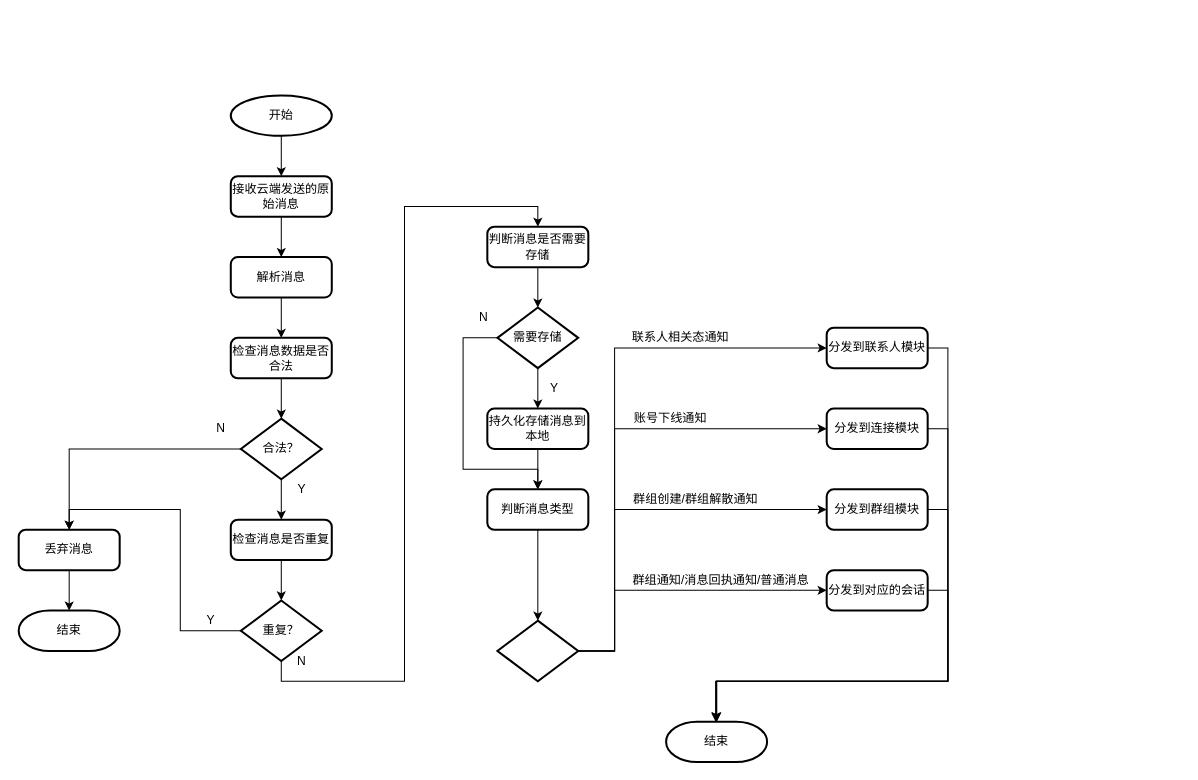
liuao2010/360MobileSafe keeps this draw.io diagram as page "flow-receive-message" (7 of 11) of 获取会话列表.drawio. Above is the earlier version. Source tidied: cells renumbered, new cells numbered last; positions are measured from the earlier drawing's top-left corner, leaving out a move shared by most shapes. Both pictures are drawn from the tidied source at 101%, with x=0, y=0 at pixel (18, 95).
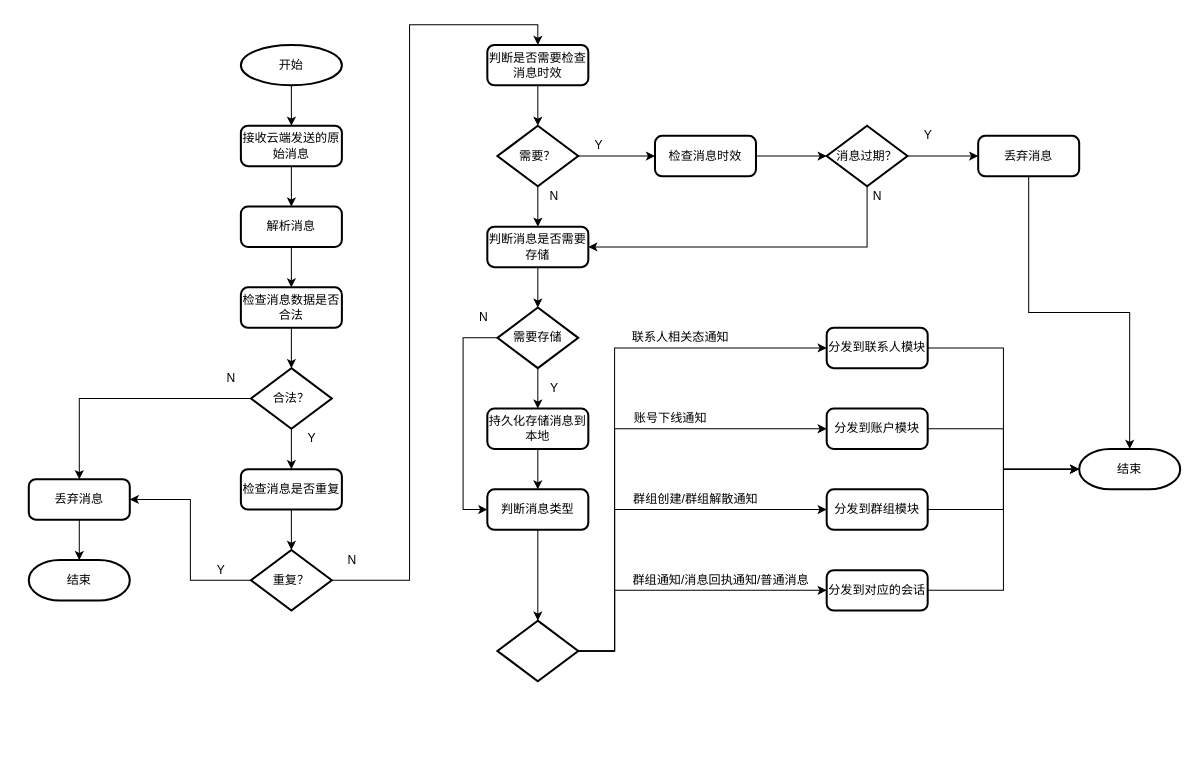
After the change.

The change refers to these unchanged cells:
```xml
<mxCell id="22" value="判断消息类型" style="rounded=1;whiteSpace=wrap;html=1;absoluteArcSize=1;arcSize=14;strokeWidth=2;" parent="1" vertex="1">
  <mxGeometry x="464" y="390" width="100" height="40" as="geometry" />
</mxCell>
<mxCell id="29" value="分发到联系人模块" style="rounded=1;whiteSpace=wrap;html=1;absoluteArcSize=1;arcSize=14;strokeWidth=2;" parent="1" vertex="1">
  <mxGeometry x="800" y="230" width="100" height="40" as="geometry" />
</mxCell>
<mxCell id="33" value="分发到群组模块" style="rounded=1;whiteSpace=wrap;html=1;absoluteArcSize=1;arcSize=14;strokeWidth=2;" parent="1" vertex="1">
  <mxGeometry x="800" y="390" width="100" height="40" as="geometry" />
</mxCell>
<mxCell id="35" value="分发到对应的会话" style="rounded=1;whiteSpace=wrap;html=1;absoluteArcSize=1;arcSize=14;strokeWidth=2;" parent="1" vertex="1">
  <mxGeometry x="800" y="470" width="100" height="40" as="geometry" />
</mxCell>
<mxCell id="43" value="判断消息是否需要存储" style="rounded=1;whiteSpace=wrap;html=1;absoluteArcSize=1;arcSize=14;strokeWidth=2;" parent="1" vertex="1">
  <mxGeometry x="464" y="130" width="100" height="40" as="geometry" />
</mxCell>
<mxCell id="46" value="需要存储" style="strokeWidth=2;html=1;shape=mxgraph.flowchart.decision;whiteSpace=wrap;rounded=1;" parent="1" vertex="1">
  <mxGeometry x="474" y="210" width="80" height="60" as="geometry" />
</mxCell>
```

The edit, as a diff of the source:
```diff
@@
     <mxCell id="3" value="开始" style="strokeWidth=2;html=1;shape=mxgraph.flowchart.start_1;whiteSpace=wrap;rounded=1;" parent="1" vertex="1">
-      <mxGeometry x="210" width="100" height="40" as="geometry" />
+      <mxGeometry x="220" y="-50" width="100" height="40" as="geometry" />
     </mxCell>
@@
     <mxCell id="5" value="接收云端发送的原始消息" style="rounded=1;whiteSpace=wrap;html=1;absoluteArcSize=1;arcSize=14;strokeWidth=2;" parent="1" vertex="1">
-      <mxGeometry x="210" y="80" width="100" height="40" as="geometry" />
+      <mxGeometry x="220" y="30" width="100" height="40" as="geometry" />
     </mxCell>
@@
     <mxCell id="7" value="解析消息" style="rounded=1;whiteSpace=wrap;html=1;absoluteArcSize=1;arcSize=14;strokeWidth=2;" parent="1" vertex="1">
-      <mxGeometry x="210" y="160" width="100" height="40" as="geometry" />
+      <mxGeometry x="220" y="110" width="100" height="40" as="geometry" />
     </mxCell>
@@
     <mxCell id="10" value="合法？" style="strokeWidth=2;html=1;shape=mxgraph.flowchart.decision;whiteSpace=wrap;rounded=1;" parent="1" vertex="1">
-      <mxGeometry x="220" y="320" width="80" height="60" as="geometry" />
+      <mxGeometry x="230" y="270" width="80" height="60" as="geometry" />
     </mxCell>
@@
     <mxCell id="12" value="检查消息是否重复" style="rounded=1;whiteSpace=wrap;html=1;absoluteArcSize=1;arcSize=14;strokeWidth=2;" parent="1" vertex="1">
-      <mxGeometry x="210" y="420" width="100" height="40" as="geometry" />
+      <mxGeometry x="220" y="370" width="100" height="40" as="geometry" />
     </mxCell>
@@
-    <mxCell id="14" style="edgeStyle=orthogonalEdgeStyle;rounded=0;jettySize=auto;html=1;exitX=0.5;exitY=1;exitDx=0;exitDy=0;exitPerimeter=0;entryX=0.5;entryY=0;entryDx=0;entryDy=0;" parent="1" edge="1" source="16" target="43">
-      <mxGeometry relative="1" as="geometry" />
-    </mxCell>
-    <mxCell id="15" style="edgeStyle=orthogonalEdgeStyle;rounded=0;jettySize=auto;html=1;exitX=0;exitY=0.5;exitDx=0;exitDy=0;exitPerimeter=0;entryX=0.5;entryY=0;entryDx=0;entryDy=0;" parent="1" edge="1" source="16" target="18">
+    <mxCell id="15" style="edgeStyle=orthogonalEdgeStyle;rounded=0;jettySize=auto;html=1;exitX=0;exitY=0.5;exitDx=0;exitDy=0;exitPerimeter=0;entryX=1;entryY=0.5;entryDx=0;entryDy=0;" parent="1" edge="1" source="16" target="18">
       <mxGeometry relative="1" as="geometry" />
     </mxCell>
+    <mxCell id="56" style="edgeStyle=orthogonalEdgeStyle;rounded=0;jettySize=auto;html=1;exitX=1;exitY=0.5;exitDx=0;exitDy=0;exitPerimeter=0;entryX=0.5;entryY=0;entryDx=0;entryDy=0;" parent="1" edge="1" source="16" target="59">
+      <mxGeometry relative="1" as="geometry" />
+    </mxCell>
     <mxCell id="16" value="重复？" style="strokeWidth=2;html=1;shape=mxgraph.flowchart.decision;whiteSpace=wrap;rounded=1;" parent="1" vertex="1">
-      <mxGeometry x="220" y="500" width="80" height="60" as="geometry" />
+      <mxGeometry x="230" y="450" width="80" height="60" as="geometry" />
     </mxCell>
@@
     <mxCell id="18" value="丢弃消息" style="rounded=1;whiteSpace=wrap;html=1;absoluteArcSize=1;arcSize=14;strokeWidth=2;" parent="1" vertex="1">
-      <mxGeometry y="430" width="100" height="40" as="geometry" />
+      <mxGeometry x="10" y="380" width="100" height="40" as="geometry" />
     </mxCell>
     <mxCell id="19" value="结束" style="strokeWidth=2;html=1;shape=mxgraph.flowchart.terminator;whiteSpace=wrap;rounded=1;" parent="1" vertex="1">
-      <mxGeometry y="510" width="100" height="40" as="geometry" />
+      <mxGeometry x="10" y="460" width="100" height="40" as="geometry" />
     </mxCell>
@@
-    <mxCell id="28" style="edgeStyle=orthogonalEdgeStyle;rounded=0;jettySize=auto;html=1;exitX=1;exitY=0.5;exitDx=0;exitDy=0;" parent="1" edge="1" source="29" target="49">
-      <mxGeometry relative="1" as="geometry">
-        <Array as="points">
-          <mxPoint x="920" y="250" />
-          <mxPoint x="920" y="580" />
-          <mxPoint x="691" y="580" />
-        </Array>
-      </mxGeometry>
+    <mxCell id="28" style="edgeStyle=orthogonalEdgeStyle;rounded=0;jettySize=auto;html=1;exitX=1;exitY=0.5;exitDx=0;exitDy=0;entryX=0;entryY=0.5;entryDx=0;entryDy=0;entryPerimeter=0;" parent="1" edge="1" source="29" target="49">
+      <mxGeometry relative="1" as="geometry" />
     </mxCell>
@@
-    <mxCell id="30" style="edgeStyle=orthogonalEdgeStyle;rounded=0;jettySize=auto;html=1;exitX=1;exitY=0.5;exitDx=0;exitDy=0;" parent="1" edge="1" source="31">
-      <mxGeometry relative="1" as="geometry">
-        <mxPoint x="690" y="620" as="targetPoint" />
-        <Array as="points">
-          <mxPoint x="920" y="330" />
-          <mxPoint x="920" y="580" />
-          <mxPoint x="690" y="580" />
-        </Array>
-      </mxGeometry>
-    </mxCell>
+    <mxCell id="57" style="edgeStyle=orthogonalEdgeStyle;rounded=0;jettySize=auto;html=1;exitX=1;exitY=0.5;exitDx=0;exitDy=0;entryX=0;entryY=0.5;entryDx=0;entryDy=0;entryPerimeter=0;" parent="1" edge="1" source="31" target="49">
+      <mxGeometry relative="1" as="geometry" />
+    </mxCell>
-    <mxCell id="31" value="分发到连接模块" style="rounded=1;whiteSpace=wrap;html=1;absoluteArcSize=1;arcSize=14;strokeWidth=2;" parent="1" vertex="1">
+    <mxCell id="31" value="分发到账户模块" style="rounded=1;whiteSpace=wrap;html=1;absoluteArcSize=1;arcSize=14;strokeWidth=2;" parent="1" vertex="1">
       <mxGeometry x="800" y="310" width="100" height="40" as="geometry" />
     </mxCell>
-    <mxCell id="32" style="edgeStyle=orthogonalEdgeStyle;rounded=0;jettySize=auto;html=1;exitX=1;exitY=0.5;exitDx=0;exitDy=0;entryX=0.5;entryY=0;entryDx=0;entryDy=0;entryPerimeter=0;" parent="1" edge="1" source="33" target="49">
-      <mxGeometry relative="1" as="geometry">
-        <Array as="points">
-          <mxPoint x="920" y="410" />
-          <mxPoint x="920" y="580" />
-          <mxPoint x="691" y="580" />
-        </Array>
-      </mxGeometry>
+    <mxCell id="32" style="edgeStyle=orthogonalEdgeStyle;rounded=0;jettySize=auto;html=1;exitX=1;exitY=0.5;exitDx=0;exitDy=0;entryX=0;entryY=0.5;entryDx=0;entryDy=0;entryPerimeter=0;" parent="1" edge="1" source="33" target="49">
+      <mxGeometry relative="1" as="geometry" />
     </mxCell>
@@
-    <mxCell id="34" style="edgeStyle=orthogonalEdgeStyle;rounded=0;jettySize=auto;html=1;exitX=1;exitY=0.5;exitDx=0;exitDy=0;entryX=0.5;entryY=0;entryDx=0;entryDy=0;entryPerimeter=0;" parent="1" edge="1" source="35" target="49">
-      <mxGeometry relative="1" as="geometry">
-        <Array as="points">
-          <mxPoint x="920" y="490" />
-          <mxPoint x="920" y="580" />
-          <mxPoint x="691" y="580" />
-        </Array>
-      </mxGeometry>
+    <mxCell id="34" style="edgeStyle=orthogonalEdgeStyle;rounded=0;jettySize=auto;html=1;exitX=1;exitY=0.5;exitDx=0;exitDy=0;entryX=0;entryY=0.5;entryDx=0;entryDy=0;entryPerimeter=0;" parent="1" edge="1" source="35" target="49">
+      <mxGeometry relative="1" as="geometry" />
     </mxCell>
@@
     <mxCell id="41" value="检查消息数据是否合法" style="rounded=1;whiteSpace=wrap;html=1;absoluteArcSize=1;arcSize=14;strokeWidth=2;" parent="1" vertex="1">
-      <mxGeometry x="210" y="240" width="100" height="40" as="geometry" />
+      <mxGeometry x="220" y="190" width="100" height="40" as="geometry" />
     </mxCell>
@@
-    <mxCell id="45" style="edgeStyle=orthogonalEdgeStyle;rounded=0;jettySize=auto;html=1;exitX=0;exitY=0.5;exitDx=0;exitDy=0;exitPerimeter=0;entryX=0.5;entryY=0;entryDx=0;entryDy=0;" parent="1" edge="1" source="46" target="22">
+    <mxCell id="45" style="edgeStyle=orthogonalEdgeStyle;rounded=0;jettySize=auto;html=1;exitX=0;exitY=0.5;exitDx=0;exitDy=0;exitPerimeter=0;entryX=0;entryY=0.5;entryDx=0;entryDy=0;" parent="1" edge="1" source="46" target="22">
       <mxGeometry relative="1" as="geometry">
         <Array as="points">
           <mxPoint x="440" y="240" />
-          <mxPoint x="440" y="370" />
-          <mxPoint x="514" y="370" />
+          <mxPoint x="440" y="410" />
         </Array>
       </mxGeometry>
     </mxCell>
@@
     <mxCell id="49" value="结束" style="strokeWidth=2;html=1;shape=mxgraph.flowchart.terminator;whiteSpace=wrap;rounded=1;" parent="1" vertex="1">
-      <mxGeometry x="641" y="620" width="100" height="40" as="geometry" />
+      <mxGeometry x="1050" y="350" width="100" height="40" as="geometry" />
     </mxCell>
@@
     <mxCell id="52" value="Y" style="text;html=1;align=center;verticalAlign=middle;" parent="1" vertex="1">
-      <mxGeometry x="270" y="380" width="20" height="20" as="geometry" />
+      <mxGeometry x="280" y="330" width="20" height="20" as="geometry" />
     </mxCell>
     <mxCell id="53" value="N" style="text;html=1;align=center;verticalAlign=middle;" parent="1" vertex="1">
-      <mxGeometry x="190" y="320" width="20" height="20" as="geometry" />
+      <mxGeometry x="200" y="270" width="20" height="20" as="geometry" />
     </mxCell>
     <mxCell id="54" value="Y" style="text;html=1;align=center;verticalAlign=middle;" parent="1" vertex="1">
-      <mxGeometry x="180" y="510" width="20" height="20" as="geometry" />
+      <mxGeometry x="190" y="460" width="20" height="20" as="geometry" />
     </mxCell>
     <mxCell id="55" value="N" style="text;html=1;align=center;verticalAlign=middle;" parent="1" vertex="1">
-      <mxGeometry x="270" y="550" width="20" height="20" as="geometry" />
+      <mxGeometry x="320" y="450" width="20" height="20" as="geometry" />
     </mxCell>
+    <mxCell id="58" style="edgeStyle=orthogonalEdgeStyle;rounded=0;jettySize=auto;html=1;exitX=0.5;exitY=1;exitDx=0;exitDy=0;entryX=0.5;entryY=0;entryDx=0;entryDy=0;entryPerimeter=0;" parent="1" edge="1" source="59" target="62">
+      <mxGeometry relative="1" as="geometry" />
+    </mxCell>
+    <mxCell id="59" value="判断是否需要检查消息时效" style="rounded=1;whiteSpace=wrap;html=1;absoluteArcSize=1;arcSize=14;strokeWidth=2;" parent="1" vertex="1">
+      <mxGeometry x="464" y="-50" width="100" height="40" as="geometry" />
+    </mxCell>
+    <mxCell id="60" style="edgeStyle=orthogonalEdgeStyle;rounded=0;jettySize=auto;html=1;exitX=0.5;exitY=1;exitDx=0;exitDy=0;exitPerimeter=0;entryX=0.5;entryY=0;entryDx=0;entryDy=0;" parent="1" edge="1" source="62" target="43">
+      <mxGeometry relative="1" as="geometry" />
+    </mxCell>
+    <mxCell id="61" style="edgeStyle=orthogonalEdgeStyle;rounded=0;jettySize=auto;html=1;exitX=1;exitY=0.5;exitDx=0;exitDy=0;exitPerimeter=0;entryX=0;entryY=0.5;entryDx=0;entryDy=0;" parent="1" edge="1" source="62" target="64">
+      <mxGeometry relative="1" as="geometry" />
+    </mxCell>
+    <mxCell id="62" value="需要？" style="strokeWidth=2;html=1;shape=mxgraph.flowchart.decision;whiteSpace=wrap;" parent="1" vertex="1">
+      <mxGeometry x="474" y="30" width="80" height="60" as="geometry" />
+    </mxCell>
+    <mxCell id="63" style="edgeStyle=orthogonalEdgeStyle;rounded=0;jettySize=auto;html=1;exitX=1;exitY=0.5;exitDx=0;exitDy=0;" parent="1" edge="1" source="64">
+      <mxGeometry relative="1" as="geometry">
+        <mxPoint x="800" y="60" as="targetPoint" />
+      </mxGeometry>
+    </mxCell>
+    <mxCell id="64" value="检查消息时效" style="rounded=1;whiteSpace=wrap;html=1;absoluteArcSize=1;arcSize=14;strokeWidth=2;" parent="1" vertex="1">
+      <mxGeometry x="630" y="40" width="100" height="40" as="geometry" />
+    </mxCell>
+    <mxCell id="65" style="edgeStyle=orthogonalEdgeStyle;rounded=0;jettySize=auto;html=1;exitX=1;exitY=0.5;exitDx=0;exitDy=0;exitPerimeter=0;entryX=0;entryY=0.5;entryDx=0;entryDy=0;" parent="1" edge="1" source="67" target="69">
+      <mxGeometry relative="1" as="geometry" />
+    </mxCell>
+    <mxCell id="66" style="edgeStyle=orthogonalEdgeStyle;rounded=0;jettySize=auto;html=1;exitX=0.5;exitY=1;exitDx=0;exitDy=0;exitPerimeter=0;entryX=1;entryY=0.5;entryDx=0;entryDy=0;" parent="1" edge="1" source="67" target="43">
+      <mxGeometry relative="1" as="geometry" />
+    </mxCell>
+    <mxCell id="67" value="消息过期？" style="strokeWidth=2;html=1;shape=mxgraph.flowchart.decision;whiteSpace=wrap;" parent="1" vertex="1">
+      <mxGeometry x="800" y="30" width="80" height="60" as="geometry" />
+    </mxCell>
+    <mxCell id="68" style="edgeStyle=orthogonalEdgeStyle;rounded=0;jettySize=auto;html=1;exitX=0.5;exitY=1;exitDx=0;exitDy=0;entryX=0.5;entryY=0;entryDx=0;entryDy=0;entryPerimeter=0;" parent="1" edge="1" source="69" target="49">
+      <mxGeometry relative="1" as="geometry" />
+    </mxCell>
+    <mxCell id="69" value="丢弃消息" style="rounded=1;whiteSpace=wrap;html=1;absoluteArcSize=1;arcSize=14;strokeWidth=2;" parent="1" vertex="1">
+      <mxGeometry x="950" y="40" width="100" height="40" as="geometry" />
+    </mxCell>
+    <mxCell id="70" value="Y" style="text;html=1;align=center;verticalAlign=middle;" parent="1" vertex="1">
+      <mxGeometry x="564" y="40" width="20" height="20" as="geometry" />
+    </mxCell>
+    <mxCell id="71" value="N" style="text;html=1;align=center;verticalAlign=middle;" parent="1" vertex="1">
+      <mxGeometry x="520" y="90" width="20" height="20" as="geometry" />
+    </mxCell>
+    <mxCell id="72" value="Y" style="text;html=1;align=center;verticalAlign=middle;" parent="1" vertex="1">
+      <mxGeometry x="890" y="30" width="20" height="20" as="geometry" />
+    </mxCell>
+    <mxCell id="73" value="N" style="text;html=1;align=center;verticalAlign=middle;" parent="1" vertex="1">
+      <mxGeometry x="840" y="90" width="20" height="20" as="geometry" />
+    </mxCell>
```
